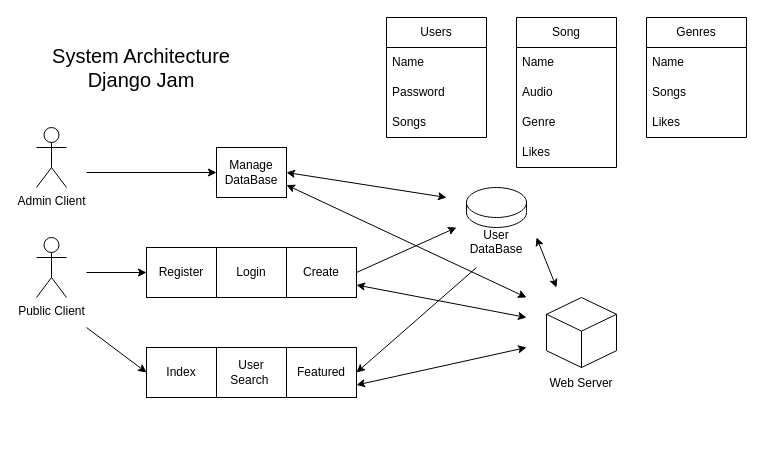
Above: Django_Jam.drawio in Team-5A/DjangoJam (draw.io), before the change. Source tidied: cells renumbered, new cells numbered last; positions are measured from the earlier drawing's top-left corner, leaving out a move shared by most shapes. Both pictures are drawn from the tidied source at 100%, with x=0, y=0 at pixel (26, 17).
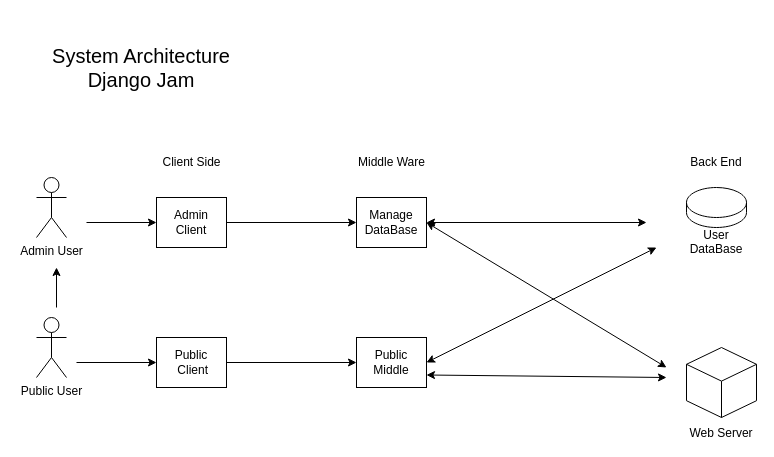
Above is the later version.

The edit, as a diff of the source:
```diff
@@
-    <mxCell id="2" value="Public Client" style="shape=umlActor;verticalLabelPosition=bottom;verticalAlign=top;html=1;" parent="1" vertex="1">
-      <mxGeometry x="10" y="220" width="30" height="60" as="geometry" />
+    <mxCell id="2" value="Public User" style="shape=umlActor;verticalLabelPosition=bottom;verticalAlign=top;html=1;" parent="1" vertex="1">
+      <mxGeometry x="10" y="300" width="30" height="60" as="geometry" />
     </mxCell>
-    <mxCell id="3" value="Admin Client" style="shape=umlActor;verticalLabelPosition=bottom;verticalAlign=top;html=1;" parent="1" vertex="1">
-      <mxGeometry x="10" y="110" width="30" height="60" as="geometry" />
+    <mxCell id="3" value="Admin User" style="shape=umlActor;verticalLabelPosition=bottom;verticalAlign=top;html=1;" parent="1" vertex="1">
+      <mxGeometry x="10" y="160" width="30" height="60" as="geometry" />
     </mxCell>
     <mxCell id="4" value="&lt;br&gt;&lt;br&gt;&lt;br&gt;&lt;br&gt;&lt;br&gt;&lt;br&gt;&lt;br&gt;Web Server" style="html=1;whiteSpace=wrap;shape=isoCube2;backgroundOutline=1;isoAngle=15;" parent="1" vertex="1">
-      <mxGeometry x="520" y="280" width="70" height="70" as="geometry" />
+      <mxGeometry x="660" y="330" width="70" height="70" as="geometry" />
     </mxCell>
-    <mxCell id="5" value="Register" style="rounded=0;whiteSpace=wrap;html=1;" parent="1" vertex="1">
-      <mxGeometry x="120" y="230" width="70" height="50" as="geometry" />
-    </mxCell>
-    <mxCell id="6" value="Login" style="rounded=0;whiteSpace=wrap;html=1;" parent="1" vertex="1">
-      <mxGeometry x="190" y="230" width="70" height="50" as="geometry" />
-    </mxCell>
     <mxCell id="7" value="&lt;br&gt;&lt;br&gt;&lt;br&gt;User DataBase" style="shape=cylinder3;whiteSpace=wrap;html=1;boundedLbl=1;backgroundOutline=1;size=15;" parent="1" vertex="1">
-      <mxGeometry x="440" y="170" width="60" height="40" as="geometry" />
+      <mxGeometry x="660" y="170" width="60" height="40" as="geometry" />
     </mxCell>
-    <mxCell id="8" value="Create" style="rounded=0;whiteSpace=wrap;html=1;" parent="1" vertex="1">
-      <mxGeometry x="260" y="230" width="70" height="50" as="geometry" />
-    </mxCell>
-    <mxCell id="9" style="endArrow=classic;html=1;rounded=0;exitX=1;exitY=0.5;exitDx=0;exitDy=0;" parent="1" edge="1" source="8">
-      <mxGeometry relative="1" as="geometry">
-        <mxPoint x="430" y="210" as="targetPoint" />
-      </mxGeometry>
-    </mxCell>
-    <mxCell id="10" style="endArrow=classic;html=1;rounded=0;entryX=0;entryY=0.5;entryDx=0;entryDy=0;" parent="1" edge="1" target="5">
+    <mxCell id="10" style="endArrow=classic;html=1;rounded=0;entryX=0;entryY=0.5;entryDx=0;entryDy=0;" parent="1" edge="1" target="39">
       <mxGeometry relative="1" as="geometry">
-        <mxPoint x="60" y="255" as="sourcePoint" />
+        <mxPoint x="50" y="345" as="sourcePoint" />
       </mxGeometry>
     </mxCell>
-    <mxCell id="11" value="Index" style="rounded=0;whiteSpace=wrap;html=1;" parent="1" vertex="1">
-      <mxGeometry x="120" y="330" width="70" height="50" as="geometry" />
-    </mxCell>
-    <mxCell id="12" value="User Search&amp;nbsp;" style="rounded=0;whiteSpace=wrap;html=1;" parent="1" vertex="1">
-      <mxGeometry x="190" y="330" width="70" height="50" as="geometry" />
-    </mxCell>
-    <mxCell id="13" value="Featured" style="rounded=0;whiteSpace=wrap;html=1;" parent="1" vertex="1">
-      <mxGeometry x="260" y="330" width="70" height="50" as="geometry" />
-    </mxCell>
-    <mxCell id="14" style="endArrow=classic;html=1;rounded=0;entryX=1;entryY=0.5;entryDx=0;entryDy=0;" parent="1" edge="1" target="13">
-      <mxGeometry relative="1" as="geometry">
-        <mxPoint x="450" y="250" as="sourcePoint" />
-      </mxGeometry>
-    </mxCell>
-    <mxCell id="15" style="endArrow=classic;startArrow=classic;html=1;rounded=0;exitX=1;exitY=0.75;exitDx=0;exitDy=0;" parent="1" edge="1" source="8">
+    <mxCell id="15" style="endArrow=classic;startArrow=classic;html=1;rounded=0;exitX=1;exitY=0.5;exitDx=0;exitDy=0;" parent="1" edge="1" source="18">
       <mxGeometry relative="1" as="geometry">
-        <mxPoint x="500" y="300" as="targetPoint" />
+        <mxPoint x="640" y="350" as="targetPoint" />
       </mxGeometry>
     </mxCell>
-    <mxCell id="16" style="endArrow=classic;startArrow=classic;html=1;rounded=0;exitX=1;exitY=0.75;exitDx=0;exitDy=0;" parent="1" edge="1" source="13">
-      <mxGeometry relative="1" as="geometry">
-        <mxPoint x="500" y="330" as="targetPoint" />
-      </mxGeometry>
-    </mxCell>
-    <mxCell id="17" style="endArrow=classic;html=1;rounded=0;entryX=0;entryY=0.5;entryDx=0;entryDy=0;" parent="1" edge="1" target="11">
-      <mxGeometry relative="1" as="geometry">
-        <mxPoint x="60" y="310" as="sourcePoint" />
-      </mxGeometry>
-    </mxCell>
     <mxCell id="18" value="Manage DataBase" style="rounded=0;whiteSpace=wrap;html=1;" parent="1" vertex="1">
-      <mxGeometry x="190" y="130" width="70" height="50" as="geometry" />
+      <mxGeometry x="330" y="180" width="70" height="50" as="geometry" />
     </mxCell>
     <mxCell id="19" style="endArrow=classic;startArrow=classic;html=1;rounded=0;exitX=1;exitY=0.5;exitDx=0;exitDy=0;" parent="1" edge="1" source="18">
       <mxGeometry relative="1" as="geometry">
-        <mxPoint x="420" y="180" as="targetPoint" />
+        <mxPoint x="620" y="205" as="targetPoint" />
       </mxGeometry>
     </mxCell>
-    <mxCell id="20" style="endArrow=classic;startArrow=classic;html=1;rounded=0;exitX=1;exitY=0.75;exitDx=0;exitDy=0;" parent="1" edge="1" source="18">
-      <mxGeometry relative="1" as="geometry">
-        <mxPoint x="500" y="280" as="targetPoint" />
-      </mxGeometry>
-    </mxCell>
-    <mxCell id="21" style="endArrow=classic;html=1;rounded=0;entryX=0;entryY=0.5;entryDx=0;entryDy=0;" parent="1" edge="1" target="18">
+    <mxCell id="21" style="endArrow=classic;html=1;rounded=0;entryX=0;entryY=0.5;entryDx=0;entryDy=0;" parent="1" edge="1" target="37">
       <mxGeometry relative="1" as="geometry">
-        <mxPoint x="60" y="155" as="sourcePoint" />
+        <mxPoint x="60" y="205" as="sourcePoint" />
       </mxGeometry>
     </mxCell>
-    <mxCell id="22" value="Users" style="swimlane;fontStyle=0;horizontal=1;startSize=30;whiteSpace=wrap;html=1;" parent="1" vertex="1">
-      <mxGeometry x="360" width="100" height="120" as="geometry" />
-    </mxCell>
-    <mxCell id="23" value="Name" style="text;strokeColor=none;fillColor=none;align=left;verticalAlign=middle;spacingLeft=4;spacingRight=4;overflow=hidden;whiteSpace=wrap;html=1;" parent="22" vertex="1">
-      <mxGeometry y="30" width="100" height="30" as="geometry" />
-    </mxCell>
-    <mxCell id="24" value="Password" style="text;strokeColor=none;fillColor=none;align=left;verticalAlign=middle;spacingLeft=4;spacingRight=4;overflow=hidden;whiteSpace=wrap;html=1;" parent="22" vertex="1">
-      <mxGeometry y="60" width="100" height="30" as="geometry" />
-    </mxCell>
-    <mxCell id="25" value="Songs" style="text;strokeColor=none;fillColor=none;align=left;verticalAlign=middle;spacingLeft=4;spacingRight=4;overflow=hidden;whiteSpace=wrap;html=1;" parent="22" vertex="1">
-      <mxGeometry y="90" width="100" height="30" as="geometry" />
-    </mxCell>
-    <mxCell id="26" value="Genres" style="swimlane;fontStyle=0;horizontal=1;startSize=30;whiteSpace=wrap;html=1;" parent="1" vertex="1">
-      <mxGeometry x="620" width="100" height="120" as="geometry" />
-    </mxCell>
-    <mxCell id="27" value="Name" style="text;strokeColor=none;fillColor=none;align=left;verticalAlign=middle;spacingLeft=4;spacingRight=4;overflow=hidden;whiteSpace=wrap;html=1;" parent="26" vertex="1">
-      <mxGeometry y="30" width="100" height="30" as="geometry" />
-    </mxCell>
-    <mxCell id="28" value="Songs" style="text;strokeColor=none;fillColor=none;align=left;verticalAlign=middle;spacingLeft=4;spacingRight=4;overflow=hidden;whiteSpace=wrap;html=1;" parent="26" vertex="1">
-      <mxGeometry y="60" width="100" height="30" as="geometry" />
-    </mxCell>
-    <mxCell id="29" value="Likes" style="text;strokeColor=none;fillColor=none;align=left;verticalAlign=middle;spacingLeft=4;spacingRight=4;overflow=hidden;whiteSpace=wrap;html=1;" parent="26" vertex="1">
-      <mxGeometry y="90" width="100" height="30" as="geometry" />
-    </mxCell>
-    <mxCell id="30" value="Song" style="swimlane;fontStyle=0;horizontal=1;startSize=30;whiteSpace=wrap;html=1;" parent="1" vertex="1">
-      <mxGeometry x="490" width="100" height="150" as="geometry" />
-    </mxCell>
-    <mxCell id="31" value="Name" style="text;strokeColor=none;fillColor=none;align=left;verticalAlign=middle;spacingLeft=4;spacingRight=4;overflow=hidden;whiteSpace=wrap;html=1;" parent="30" vertex="1">
-      <mxGeometry y="30" width="100" height="30" as="geometry" />
-    </mxCell>
-    <mxCell id="32" value="Audio" style="text;strokeColor=none;fillColor=none;align=left;verticalAlign=middle;spacingLeft=4;spacingRight=4;overflow=hidden;whiteSpace=wrap;html=1;" parent="30" vertex="1">
-      <mxGeometry y="60" width="100" height="30" as="geometry" />
-    </mxCell>
-    <mxCell id="33" value="Genre" style="text;strokeColor=none;fillColor=none;align=left;verticalAlign=middle;spacingLeft=4;spacingRight=4;overflow=hidden;whiteSpace=wrap;html=1;" parent="30" vertex="1">
-      <mxGeometry y="90" width="100" height="30" as="geometry" />
-    </mxCell>
-    <mxCell id="34" value="Likes" style="text;strokeColor=none;fillColor=none;align=left;verticalAlign=middle;spacingLeft=4;spacingRight=4;overflow=hidden;whiteSpace=wrap;html=1;" parent="30" vertex="1">
-      <mxGeometry y="120" width="100" height="30" as="geometry" />
-    </mxCell>
-    <mxCell id="35" style="endArrow=classic;startArrow=classic;html=1;rounded=0;" parent="1" edge="1">
-      <mxGeometry relative="1" as="geometry">
-        <mxPoint x="530" y="270" as="sourcePoint" />
-        <mxPoint x="510" y="220" as="targetPoint" />
-      </mxGeometry>
-    </mxCell>
@@
+    <mxCell id="37" value="Admin Client" style="rounded=0;whiteSpace=wrap;html=1;" parent="1" vertex="1">
+      <mxGeometry x="130" y="180" width="70" height="50" as="geometry" />
+    </mxCell>
+    <mxCell id="38" style="endArrow=classic;html=1;rounded=0;entryX=0;entryY=0.5;entryDx=0;entryDy=0;exitX=1;exitY=0.5;exitDx=0;exitDy=0;" parent="1" edge="1" source="37" target="18">
+      <mxGeometry relative="1" as="geometry" />
+    </mxCell>
+    <mxCell id="39" value="Public&lt;br&gt;&amp;nbsp;Client" style="rounded=0;whiteSpace=wrap;html=1;" parent="1" vertex="1">
+      <mxGeometry x="130" y="320" width="70" height="50" as="geometry" />
+    </mxCell>
+    <mxCell id="40" value="Client Side" style="text;html=1;align=center;verticalAlign=middle;whiteSpace=wrap;rounded=0;" parent="1" vertex="1">
+      <mxGeometry x="112.5" y="130" width="105" height="30" as="geometry" />
+    </mxCell>
+    <mxCell id="41" value="Middle Ware" style="text;html=1;align=center;verticalAlign=middle;whiteSpace=wrap;rounded=0;" parent="1" vertex="1">
+      <mxGeometry x="322.5" y="130" width="85" height="30" as="geometry" />
+    </mxCell>
+    <mxCell id="42" value="Back End" style="text;html=1;align=center;verticalAlign=middle;whiteSpace=wrap;rounded=0;" parent="1" vertex="1">
+      <mxGeometry x="660" y="130" width="60" height="30" as="geometry" />
+    </mxCell>
+    <mxCell id="43" style="endArrow=classic;html=1;rounded=0;" parent="1" edge="1">
+      <mxGeometry relative="1" as="geometry">
+        <mxPoint x="30" y="290" as="sourcePoint" />
+        <mxPoint x="30" y="250" as="targetPoint" />
+      </mxGeometry>
+    </mxCell>
+    <mxCell id="44" value="Public Middle" style="rounded=0;whiteSpace=wrap;html=1;" parent="1" vertex="1">
+      <mxGeometry x="330" y="320" width="70" height="50" as="geometry" />
+    </mxCell>
+    <mxCell id="45" style="endArrow=classic;startArrow=classic;html=1;rounded=0;exitX=1;exitY=0.5;exitDx=0;exitDy=0;" parent="1" edge="1" source="44">
+      <mxGeometry relative="1" as="geometry">
+        <mxPoint x="630" y="230" as="targetPoint" />
+      </mxGeometry>
+    </mxCell>
+    <mxCell id="46" style="endArrow=classic;startArrow=classic;html=1;rounded=0;exitX=1;exitY=0.75;exitDx=0;exitDy=0;" parent="1" edge="1" source="44">
+      <mxGeometry relative="1" as="geometry">
+        <mxPoint x="640" y="360" as="targetPoint" />
+      </mxGeometry>
+    </mxCell>
+    <mxCell id="47" style="endArrow=classic;html=1;rounded=0;exitX=1;exitY=0.5;exitDx=0;exitDy=0;entryX=0;entryY=0.5;entryDx=0;entryDy=0;" parent="1" edge="1" source="39" target="44">
+      <mxGeometry relative="1" as="geometry" />
+    </mxCell>
```
